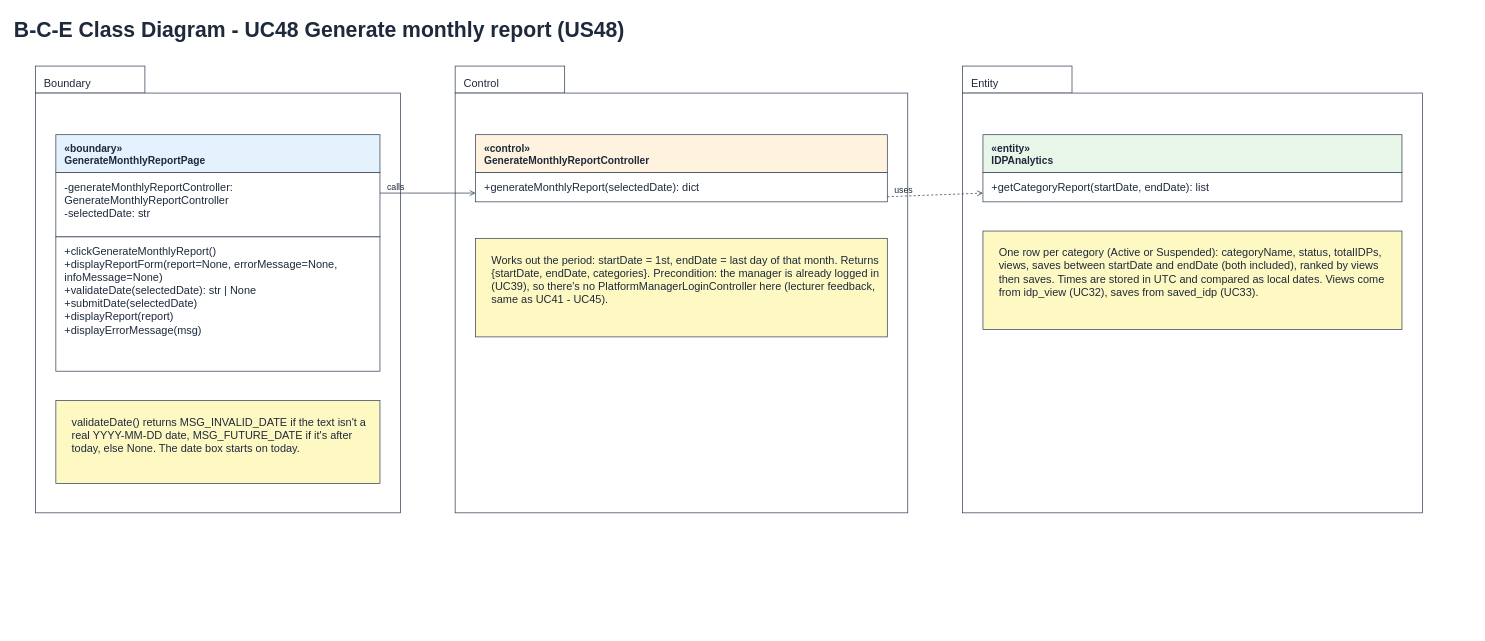
Above: page "5 BCE Class Diagram" (6 of 7) of Sprint_5/US48 - Generate Monthly Report/US48 Generate monthly report.drawio in Hanzxc/CSIT314-ARCHSS (draw.io), before the change. Source tidied: cells renumbered, new cells numbered last; positions are measured from the earlier drawing's top-left corner, leaving out a move shared by most shapes. Both pictures are drawn from the tidied source at 73%, with x=0, y=0 at pixel (12, 12).
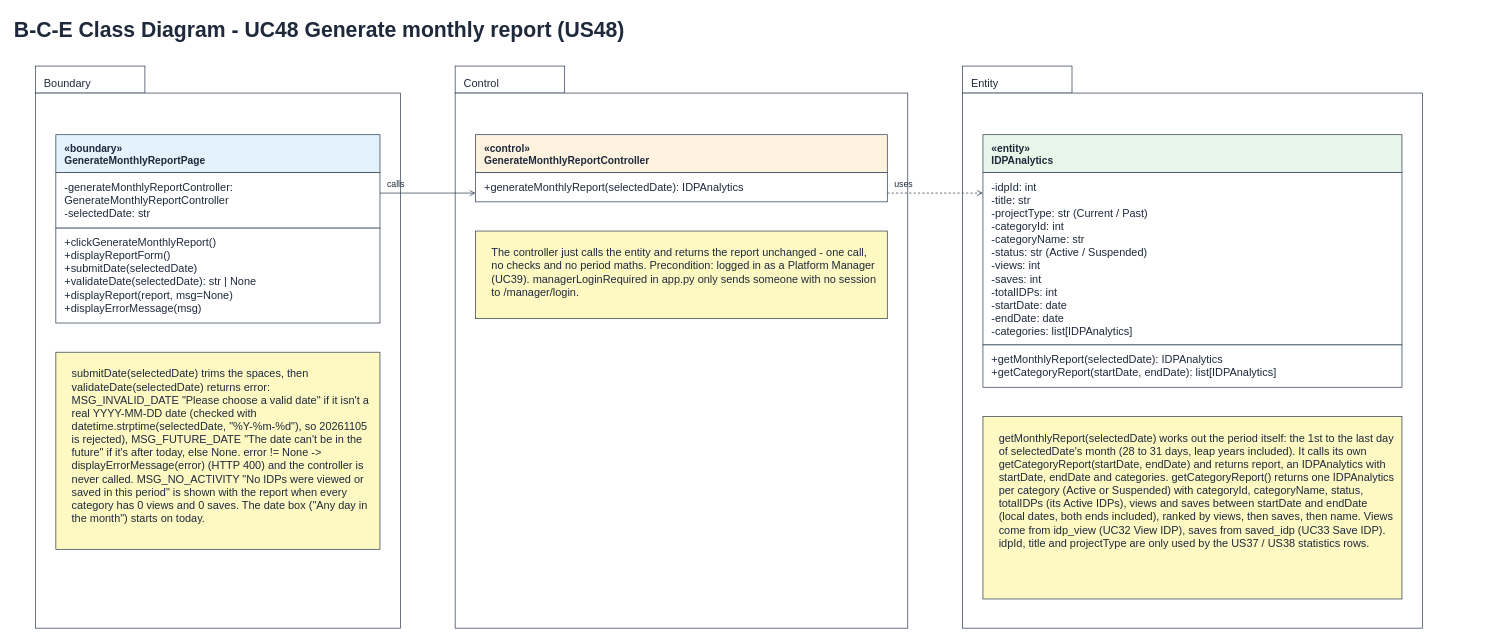
The same diagram, later.

Diff of the diagram source:
```diff
@@
     <mxCell id="3" style="rounded=0;whiteSpace=wrap;html=1;fillColor=#ffffff;strokeColor=#334155;align=left;verticalAlign=top;spacingLeft=10;spacingTop=4;fontSize=15;fontColor=#1e293b;" parent="1" vertex="1">
-      <mxGeometry x="1301" y="110" width="630" height="575" as="geometry" />
+      <mxGeometry x="1301" y="110" width="630" height="733" as="geometry" />
     </mxCell>
@@
     <mxCell id="5" style="rounded=0;whiteSpace=wrap;html=1;fillColor=#ffffff;strokeColor=#334155;align=left;verticalAlign=top;spacingLeft=10;spacingTop=4;fontSize=15;fontColor=#1e293b;" parent="1" vertex="1">
-      <mxGeometry x="606" y="110" width="620" height="575" as="geometry" />
+      <mxGeometry x="606" y="110" width="620" height="733" as="geometry" />
     </mxCell>
@@
     <mxCell id="7" style="rounded=0;whiteSpace=wrap;html=1;fillColor=#ffffff;strokeColor=#334155;align=left;verticalAlign=top;spacingLeft=10;spacingTop=4;fontSize=15;fontColor=#1e293b;" parent="1" vertex="1">
-      <mxGeometry x="31" y="110" width="500" height="575" as="geometry" />
+      <mxGeometry x="31" y="110" width="500" height="733" as="geometry" />
     </mxCell>
@@
     <mxCell id="10" value="-generateMonthlyReportController: GenerateMonthlyReportController&lt;br&gt;-selectedDate: str" style="rounded=0;whiteSpace=wrap;html=1;fillColor=#ffffff;strokeColor=#334155;align=left;verticalAlign=top;spacingLeft=10;spacingTop=4;fontSize=15;fontColor=#1e293b;" parent="1" vertex="1">
-      <mxGeometry x="59" y="219" width="444" height="88" as="geometry" />
+      <mxGeometry x="59" y="219" width="444" height="76" as="geometry" />
     </mxCell>
-    <mxCell id="11" value="+clickGenerateMonthlyReport()&lt;br&gt;+displayReportForm(report=None, errorMessage=None, infoMessage=None)&lt;br&gt;+validateDate(selectedDate): str | None&lt;br&gt;+submitDate(selectedDate)&lt;br&gt;+displayReport(report)&lt;br&gt;+displayErrorMessage(msg)" style="rounded=0;whiteSpace=wrap;html=1;fillColor=#ffffff;strokeColor=#334155;align=left;verticalAlign=top;spacingLeft=10;spacingTop=4;fontSize=15;fontColor=#1e293b;" parent="1" vertex="1">
-      <mxGeometry x="59" y="307" width="444" height="184" as="geometry" />
+    <mxCell id="11" value="+clickGenerateMonthlyReport()&lt;br&gt;+displayReportForm()&lt;br&gt;+submitDate(selectedDate)&lt;br&gt;+validateDate(selectedDate): str | None&lt;br&gt;+displayReport(report, msg=None)&lt;br&gt;+displayErrorMessage(msg)" style="rounded=0;whiteSpace=wrap;html=1;fillColor=#ffffff;strokeColor=#334155;align=left;verticalAlign=top;spacingLeft=10;spacingTop=4;fontSize=15;fontColor=#1e293b;" parent="1" vertex="1">
+      <mxGeometry x="59" y="295" width="444" height="130" as="geometry" />
     </mxCell>
-    <mxCell id="12" value="validateDate() returns MSG_INVALID_DATE if the text isn't a real YYYY-MM-DD date, MSG_FUTURE_DATE if it's after today, else None. The date box starts on today." style="rounded=0;whiteSpace=wrap;html=1;fillColor=#fef9c3;strokeColor=#334155;align=left;verticalAlign=top;spacingLeft=10;spacingTop=4;fontSize=15;fontColor=#1e293b;whiteSpace=wrap;spacing=12;" parent="1" vertex="1">
-      <mxGeometry x="59" y="531" width="444" height="114" as="geometry" />
+    <mxCell id="12" value="submitDate(selectedDate) trims the spaces, then validateDate(selectedDate) returns error: MSG_INVALID_DATE &quot;Please choose a valid date&quot; if it isn't a real YYYY-MM-DD date (checked with datetime.strptime(selectedDate, &quot;%Y-%m-%d&quot;), so 20261105 is rejected), MSG_FUTURE_DATE &quot;The date can't be in the future&quot; if it's after today, else None. error != None -&amp;gt; displayErrorMessage(error) (HTTP 400) and the controller is never called. MSG_NO_ACTIVITY &quot;No IDPs were viewed or saved in this period&quot; is shown with the report when every category has 0 views and 0 saves. The date box (&quot;Any day in the month&quot;) starts on today." style="rounded=0;whiteSpace=wrap;html=1;fillColor=#fef9c3;strokeColor=#334155;align=left;verticalAlign=top;spacingLeft=10;spacingTop=4;fontSize=15;fontColor=#1e293b;whiteSpace=wrap;spacing=12;" parent="1" vertex="1">
+      <mxGeometry x="59" y="465" width="444" height="270" as="geometry" />
     </mxCell>
@@
-    <mxCell id="14" value="+generateMonthlyReport(selectedDate): dict" style="rounded=0;whiteSpace=wrap;html=1;fillColor=#ffffff;strokeColor=#334155;align=left;verticalAlign=top;spacingLeft=10;spacingTop=4;fontSize=15;fontColor=#1e293b;" parent="1" vertex="1">
+    <mxCell id="14" value="+generateMonthlyReport(selectedDate): IDPAnalytics" style="rounded=0;whiteSpace=wrap;html=1;fillColor=#ffffff;strokeColor=#334155;align=left;verticalAlign=top;spacingLeft=10;spacingTop=4;fontSize=15;fontColor=#1e293b;" parent="1" vertex="1">
       <mxGeometry x="634" y="219" width="564" height="40" as="geometry" />
     </mxCell>
-    <mxCell id="15" value="Works out the period: startDate = 1st, endDate = last day of that month. Returns {startDate, endDate, categories}. Precondition: the manager is already logged in (UC39), so there's no PlatformManagerLoginController here (lecturer feedback, same as UC41 - UC45)." style="rounded=0;whiteSpace=wrap;html=1;fillColor=#fef9c3;strokeColor=#334155;align=left;verticalAlign=top;spacingLeft=10;spacingTop=4;fontSize=15;fontColor=#1e293b;whiteSpace=wrap;spacing=12;" parent="1" vertex="1">
-      <mxGeometry x="634" y="309" width="564" height="135" as="geometry" />
+    <mxCell id="15" value="The controller just calls the entity and returns the report unchanged - one call, no checks and no period maths. Precondition: logged in as a Platform Manager (UC39). managerLoginRequired in app.py only sends someone with no session to /manager/login." style="rounded=0;whiteSpace=wrap;html=1;fillColor=#fef9c3;strokeColor=#334155;align=left;verticalAlign=top;spacingLeft=10;spacingTop=4;fontSize=15;fontColor=#1e293b;whiteSpace=wrap;spacing=12;" parent="1" vertex="1">
+      <mxGeometry x="634" y="299" width="564" height="120" as="geometry" />
     </mxCell>
@@
-    <mxCell id="17" value="+getCategoryReport(startDate, endDate): list" style="rounded=0;whiteSpace=wrap;html=1;fillColor=#ffffff;strokeColor=#334155;align=left;verticalAlign=top;spacingLeft=10;spacingTop=4;fontSize=15;fontColor=#1e293b;" parent="1" vertex="1">
-      <mxGeometry x="1329" y="219" width="574" height="40" as="geometry" />
+    <mxCell id="17" value="-idpId: int&lt;br&gt;-title: str&lt;br&gt;-projectType: str (Current / Past)&lt;br&gt;-categoryId: int&lt;br&gt;-categoryName: str&lt;br&gt;-status: str (Active / Suspended)&lt;br&gt;-views: int&lt;br&gt;-saves: int&lt;br&gt;-totalIDPs: int&lt;br&gt;-startDate: date&lt;br&gt;-endDate: date&lt;br&gt;-categories: list[IDPAnalytics]" style="rounded=0;whiteSpace=wrap;html=1;fillColor=#ffffff;strokeColor=#334155;align=left;verticalAlign=top;spacingLeft=10;spacingTop=4;fontSize=15;fontColor=#1e293b;" parent="1" vertex="1">
+      <mxGeometry x="1329" y="219" width="574" height="236" as="geometry" />
     </mxCell>
+    <mxCell id="23" value="+getMonthlyReport(selectedDate): IDPAnalytics&lt;br&gt;+getCategoryReport(startDate, endDate): list[IDPAnalytics]" style="rounded=0;whiteSpace=wrap;html=1;fillColor=#ffffff;strokeColor=#334155;align=left;verticalAlign=top;spacingLeft=10;spacingTop=4;fontSize=15;fontColor=#1e293b;" parent="1" vertex="1">
+      <mxGeometry x="1329" y="455" width="574" height="58" as="geometry" />
+    </mxCell>
-    <mxCell id="18" value="One row per category (Active or Suspended): categoryName, status, totalIDPs, views, saves between startDate and endDate (both included), ranked by views then saves. Times are stored in UTC and compared as local dates. Views come from idp_view (UC32), saves from saved_idp (UC33)." style="rounded=0;whiteSpace=wrap;html=1;fillColor=#fef9c3;strokeColor=#334155;align=left;verticalAlign=top;spacingLeft=10;spacingTop=4;fontSize=15;fontColor=#1e293b;whiteSpace=wrap;spacing=12;" parent="1" vertex="1">
-      <mxGeometry x="1329" y="299" width="574" height="135" as="geometry" />
+    <mxCell id="18" value="getMonthlyReport(selectedDate) works out the period itself: the 1st to the last day of selectedDate's month (28 to 31 days, leap years included). It calls its own getCategoryReport(startDate, endDate) and returns report, an IDPAnalytics with startDate, endDate and categories. getCategoryReport() returns one IDPAnalytics per category (Active or Suspended) with categoryId, categoryName, status, totalIDPs (its Active IDPs), views and saves between startDate and endDate (local dates, both ends included), ranked by views, then saves, then name. Views come from idp_view (UC32 View IDP), saves from saved_idp (UC33 Save IDP). idpId, title and projectType are only used by the US37 / US38 statistics rows." style="rounded=0;whiteSpace=wrap;html=1;fillColor=#fef9c3;strokeColor=#334155;align=left;verticalAlign=top;spacingLeft=10;spacingTop=4;fontSize=15;fontColor=#1e293b;whiteSpace=wrap;spacing=12;" parent="1" vertex="1">
+      <mxGeometry x="1329" y="553" width="574" height="250" as="geometry" />
     </mxCell>
@@
     <mxCell id="20" value="calls" style="text;html=1;whiteSpace=wrap;align=left;verticalAlign=top;fontSize=12;fontStyle=0;fontColor=#1e293b;fontFamily=Helvetica;" parent="1" vertex="1">
-      <mxGeometry x="511" y="225" width="60" height="20" as="geometry" />
+      <mxGeometry x="511" y="221" width="60" height="20" as="geometry" />
     </mxCell>
     <mxCell id="21" style="endArrow=open;endFill=0;html=1;rounded=0;strokeColor=#334155;dashed=1;" parent="1" edge="1">
       <mxGeometry relative="1" as="geometry">
-        <mxPoint x="1198" y="252" as="sourcePoint" />
+        <mxPoint x="1198" y="247" as="sourcePoint" />
         <mxPoint x="1329" y="247" as="targetPoint" />
       </mxGeometry>
     </mxCell>
     <mxCell id="22" value="uses" style="text;html=1;whiteSpace=wrap;align=left;verticalAlign=top;fontSize=12;fontStyle=0;fontColor=#1e293b;fontFamily=Helvetica;" parent="1" vertex="1">
-      <mxGeometry x="1206" y="229" width="90" height="20" as="geometry" />
+      <mxGeometry x="1206" y="221" width="90" height="20" as="geometry" />
     </mxCell>
```
